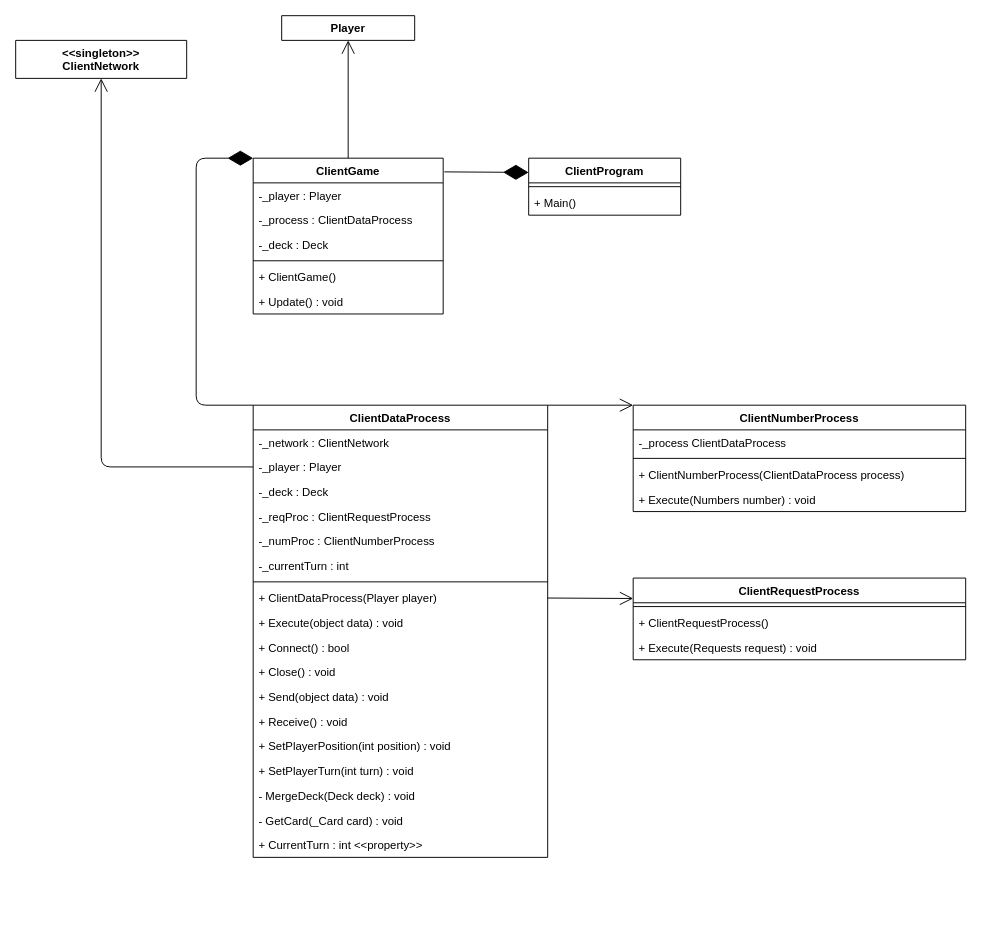
The draw.io diagram Documentation/UML/ClientSide.drawio in Jiruu246/Exploding_Kittens, before the edit. Source tidied: cells renumbered, new cells numbered last; positions are measured from the earlier drawing's top-left corner, leaving out a move shared by most shapes. Both pictures are drawn from the tidied source at 95%, with x=0, y=0 at pixel (15, 15).
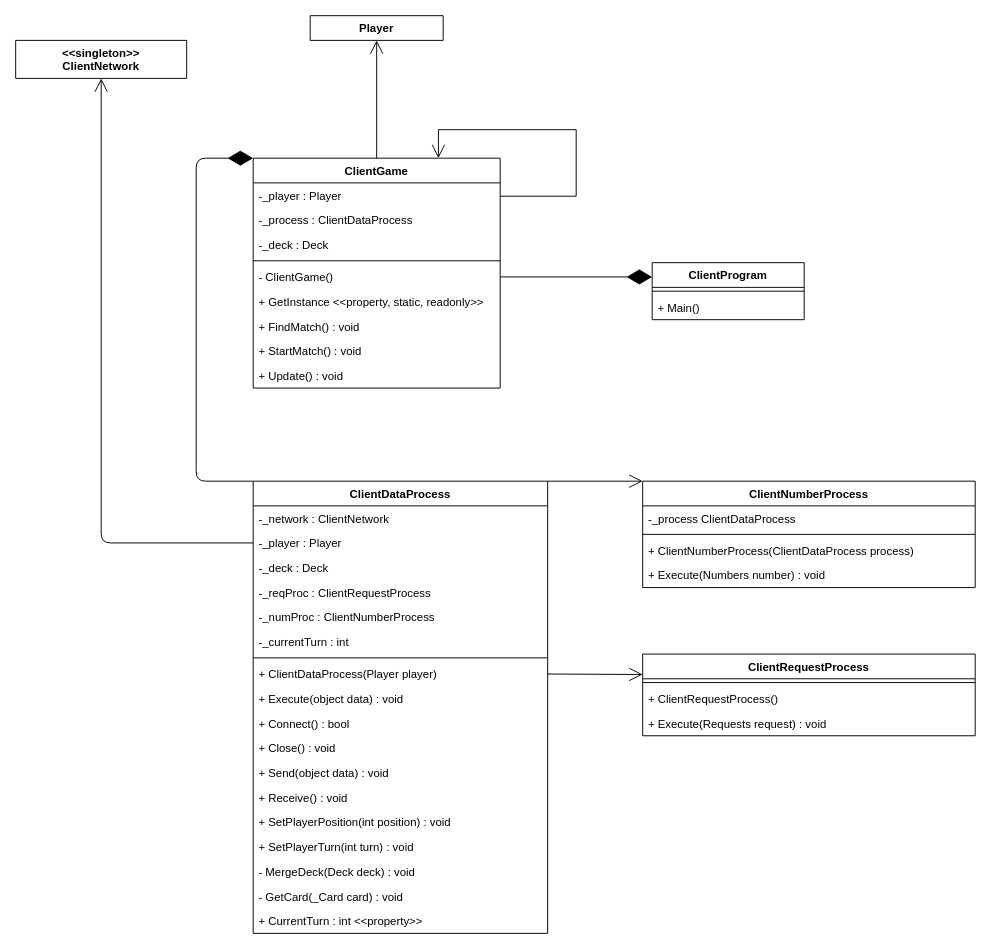
The same diagram, later.

The change refers to these unchanged cells:
```xml
<mxCell id="17" value="-_player : Player" style="text;strokeColor=none;fillColor=none;align=left;verticalAlign=top;spacingLeft=4;spacingRight=4;overflow=hidden;points=[[0,0.5],[1,0.5]];portConstraint=eastwest;" parent="15" vertex="1">
  <mxGeometry y="52" width="310" height="26" as="geometry" />
</mxCell>
<mxCell id="35" value="&lt;&lt;singleton&gt;&gt;&#10;ClientNetwork&#10;" style="swimlane;fontStyle=1;align=center;verticalAlign=top;horizontal=1;startSize=40;" parent="1" vertex="1" collapsed="1">
  <mxGeometry y="26" width="180" height="40" as="geometry" />
</mxCell>
```

What changed in the source:
```diff
@@
     <mxCell id="2" value="ClientProgram" style="swimlane;fontStyle=1;align=center;verticalAlign=top;horizontal=1;startSize=26;" parent="1" vertex="1">
-      <mxGeometry x="540" y="150" width="160" height="60" as="geometry" />
+      <mxGeometry x="670" y="260" width="160" height="60" as="geometry" />
     </mxCell>
@@
     <mxCell id="5" value="ClientGame" style="swimlane;fontStyle=1;align=center;verticalAlign=top;horizontal=1;startSize=26;" parent="1" vertex="1">
-      <mxGeometry x="250" y="150" width="200" height="164" as="geometry" />
+      <mxGeometry x="250" y="150" width="260" height="242" as="geometry" />
     </mxCell>
     <mxCell id="6" value="-_player : Player" style="text;strokeColor=none;fillColor=none;align=left;verticalAlign=top;spacingLeft=4;spacingRight=4;overflow=hidden;" parent="5" vertex="1">
-      <mxGeometry y="26" width="200" height="26" as="geometry" />
+      <mxGeometry y="26" width="260" height="26" as="geometry" />
     </mxCell>
     <mxCell id="7" value="-_process : ClientDataProcess" style="text;strokeColor=none;fillColor=none;align=left;verticalAlign=top;spacingLeft=4;spacingRight=4;overflow=hidden;" parent="5" vertex="1">
-      <mxGeometry y="52" width="200" height="26" as="geometry" />
+      <mxGeometry y="52" width="260" height="26" as="geometry" />
     </mxCell>
     <mxCell id="8" value="-_deck : Deck" style="text;strokeColor=none;fillColor=none;align=left;verticalAlign=top;spacingLeft=4;spacingRight=4;overflow=hidden;" parent="5" vertex="1">
-      <mxGeometry y="78" width="200" height="26" as="geometry" />
+      <mxGeometry y="78" width="260" height="26" as="geometry" />
     </mxCell>
     <mxCell id="9" style="line;strokeWidth=1;fillColor=none;align=left;verticalAlign=middle;spacingTop=-1;spacingLeft=3;spacingRight=3;labelPosition=right;" parent="5" vertex="1">
-      <mxGeometry y="104" width="200" height="8" as="geometry" />
+      <mxGeometry y="104" width="260" height="8" as="geometry" />
     </mxCell>
-    <mxCell id="10" value="+ ClientGame()" style="text;strokeColor=none;fillColor=none;align=left;verticalAlign=top;spacingLeft=4;spacingRight=4;overflow=hidden;points=[[0,0.5],[1,0.5]];portConstraint=eastwest;" parent="5" vertex="1">
-      <mxGeometry y="112" width="200" height="26" as="geometry" />
+    <mxCell id="10" value="- ClientGame()" style="text;strokeColor=none;fillColor=none;align=left;verticalAlign=top;spacingLeft=4;spacingRight=4;overflow=hidden;points=[[0,0.5],[1,0.5]];portConstraint=eastwest;" parent="5" vertex="1">
+      <mxGeometry y="112" width="260" height="26" as="geometry" />
     </mxCell>
+    <mxCell id="48" value="+ GetInstance &lt;&lt;property, static, readonly&gt;&gt;" style="text;strokeColor=none;fillColor=none;align=left;verticalAlign=top;spacingLeft=4;spacingRight=4;overflow=hidden;" parent="5" vertex="1">
+      <mxGeometry y="138" width="260" height="26" as="geometry" />
+    </mxCell>
+    <mxCell id="49" value="+ FindMatch() : void" style="text;strokeColor=none;fillColor=none;align=left;verticalAlign=top;spacingLeft=4;spacingRight=4;overflow=hidden;" parent="5" vertex="1">
+      <mxGeometry y="164" width="260" height="26" as="geometry" />
+    </mxCell>
+    <mxCell id="50" value="+ StartMatch() : void" style="text;strokeColor=none;fillColor=none;align=left;verticalAlign=top;spacingLeft=4;spacingRight=4;overflow=hidden;" parent="5" vertex="1">
+      <mxGeometry y="190" width="260" height="26" as="geometry" />
+    </mxCell>
     <mxCell id="11" value="+ Update() : void" style="text;strokeColor=none;fillColor=none;align=left;verticalAlign=top;spacingLeft=4;spacingRight=4;overflow=hidden;" parent="5" vertex="1">
-      <mxGeometry y="138" width="200" height="26" as="geometry" />
+      <mxGeometry y="216" width="260" height="26" as="geometry" />
     </mxCell>
+    <mxCell id="51" style="endArrow=open;endFill=1;endSize=12;html=1;rounded=0;entryX=0.75;entryY=0;entryDx=0;entryDy=0;" parent="5" edge="1" target="5">
+      <mxGeometry relative="1" as="geometry">
+        <mxPoint x="260" y="40" as="sourcePoint" />
+        <Array as="points">
+          <mxPoint x="340" y="40" />
+          <mxPoint x="340" y="-30" />
+          <mxPoint x="195" y="-30" />
+        </Array>
+      </mxGeometry>
+    </mxCell>
-    <mxCell id="12" style="endArrow=diamondThin;endFill=1;endSize=24;html=1;entryX=0;entryY=0.25;entryDx=0;entryDy=0;exitX=1.006;exitY=0.088;exitDx=0;exitDy=0;exitPerimeter=0;" parent="1" edge="1" source="5" target="2">
+    <mxCell id="12" style="endArrow=diamondThin;endFill=1;endSize=24;html=1;exitX=1;exitY=0.5;exitDx=0;exitDy=0;entryX=0;entryY=0.25;entryDx=0;entryDy=0;" parent="1" edge="1" source="10" target="2">
       <mxGeometry relative="1" as="geometry" />
     </mxCell>
     <mxCell id="13" value="Player" style="swimlane;fontStyle=1;align=center;verticalAlign=top;horizontal=1;startSize=26;" parent="1" vertex="1" collapsed="1">
-      <mxGeometry x="280" width="140" height="26" as="geometry" />
+      <mxGeometry x="310" width="140" height="26" as="geometry" />
     </mxCell>
@@
     <mxCell id="15" value="ClientDataProcess" style="swimlane;fontStyle=1;align=center;verticalAlign=top;horizontal=1;startSize=26;" parent="1" vertex="1">
-      <mxGeometry x="250" y="410" width="310" height="476" as="geometry" />
+      <mxGeometry x="250" y="490" width="310" height="476" as="geometry" />
     </mxCell>
@@
     <mxCell id="34" style="endArrow=diamondThin;endFill=1;endSize=24;html=1;exitX=0;exitY=0;exitDx=0;exitDy=0;entryX=0;entryY=0;entryDx=0;entryDy=0;" parent="1" edge="1" source="15" target="5">
       <mxGeometry relative="1" as="geometry">
         <Array as="points">
-          <mxPoint x="190" y="410" />
+          <mxPoint x="190" y="490" />
           <mxPoint x="190" y="150" />
         </Array>
       </mxGeometry>
     </mxCell>
@@
     <mxCell id="36" style="endArrow=open;endFill=1;endSize=12;html=1;exitX=0;exitY=0.5;exitDx=0;exitDy=0;entryX=0.5;entryY=1;entryDx=0;entryDy=0;" parent="1" edge="1" source="17" target="35">
       <mxGeometry relative="1" as="geometry">
         <Array as="points">
-          <mxPoint x="90" y="475" />
+          <mxPoint x="90" y="555" />
         </Array>
       </mxGeometry>
     </mxCell>
     <mxCell id="37" value="ClientNumberProcess" style="swimlane;fontStyle=1;align=center;verticalAlign=top;horizontal=1;startSize=26;" parent="1" vertex="1">
-      <mxGeometry x="650" y="410" width="350" height="112" as="geometry" />
+      <mxGeometry x="660" y="490" width="350" height="112" as="geometry" />
     </mxCell>
@@
     <mxCell id="43" value="ClientRequestProcess" style="swimlane;fontStyle=1;align=center;verticalAlign=top;horizontal=1;startSize=26;" parent="1" vertex="1">
-      <mxGeometry x="650" y="592" width="350" height="86" as="geometry" />
+      <mxGeometry x="660" y="672" width="350" height="86" as="geometry" />
     </mxCell>
```
